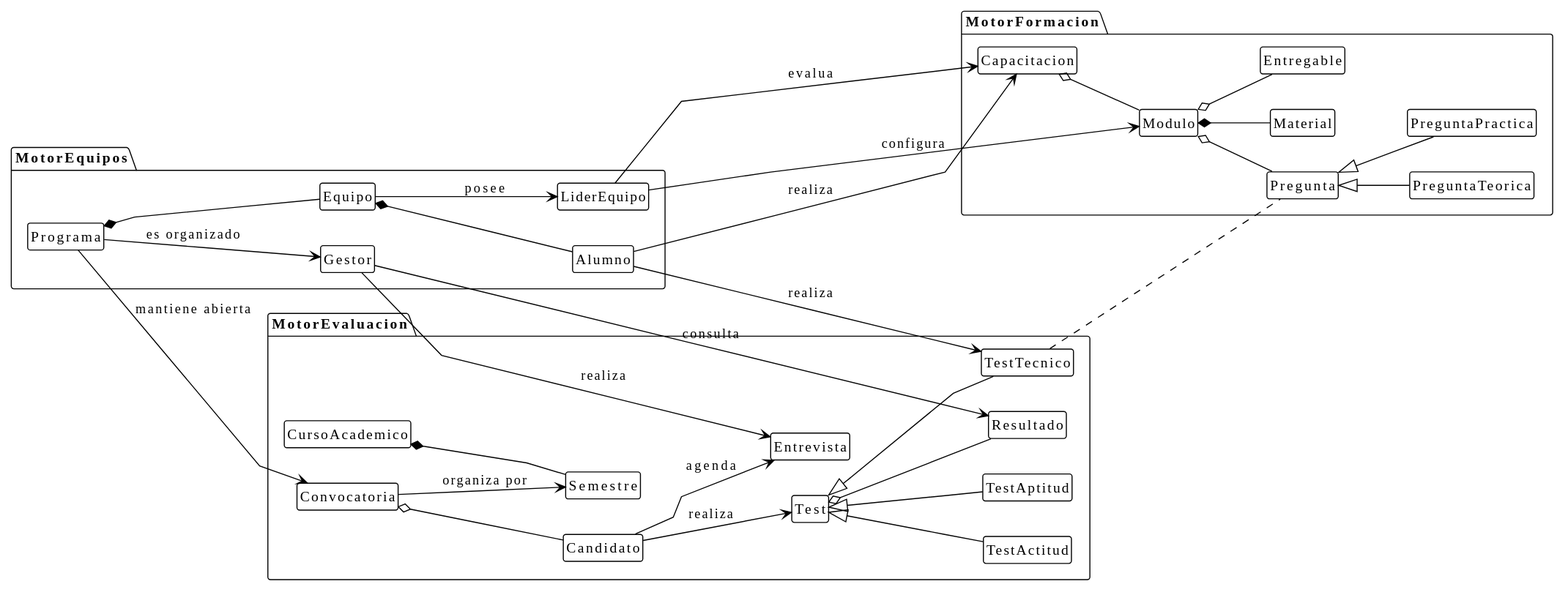
Earlier version of the PlantUML export images/RUP/00-modelo-del-dominio/modeloDominio.svg (TheMoys/CTS-Academy).
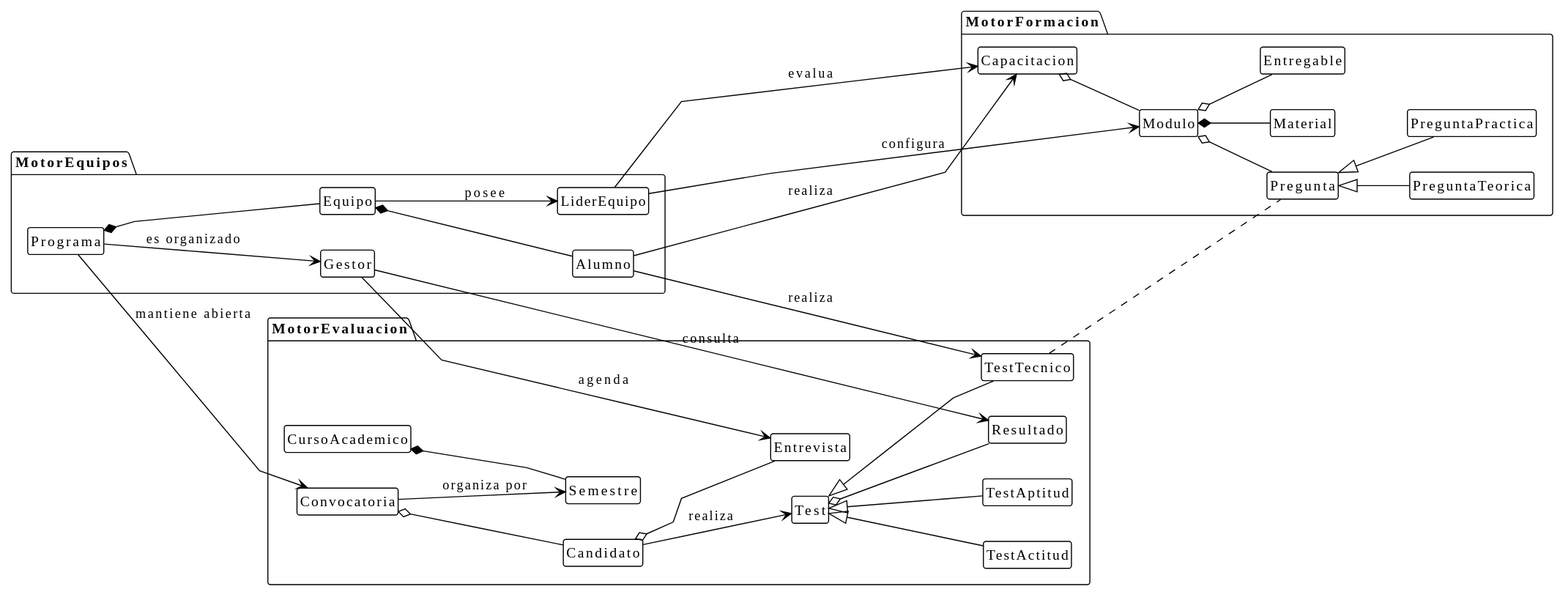
The same diagram one commit later.

What changed in the source:
```diff
@@ -40,8 +40,8 @@
   Test <|-- TestTecnico
   Test o-- Resultado
 
-  Candidato --> Entrevista : agenda
-  Gestor --> Entrevista : realiza
+  Candidato o-- Entrevista
+  Gestor --> Entrevista : agenda
 }
 
 package MotorFormacion {
```
